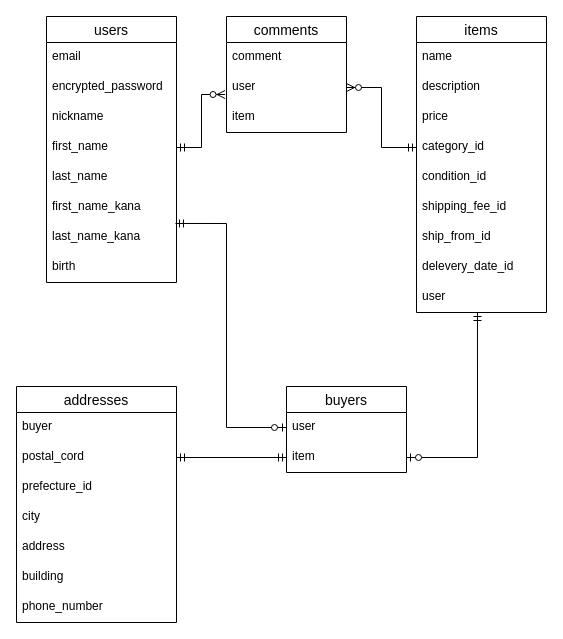
Above: er.dio in nzk-tomo/furima-31124 (draw.io), before the change. Source tidied: cells renumbered, new cells numbered last; positions are measured from the earlier drawing's top-left corner, leaving out a move shared by most shapes. Both pictures are drawn from the tidied source at 100%, with x=0, y=0 at pixel (16, 16).
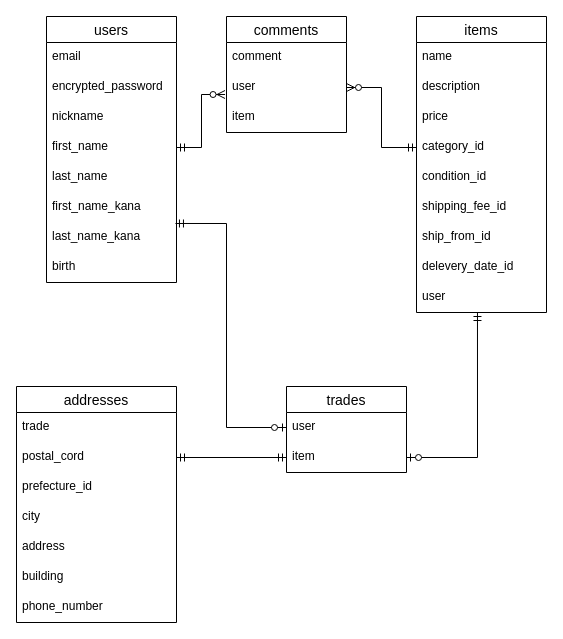
After the change.

The change refers to these unchanged cells:
```xml
<mxCell id="32" value="addresses" style="swimlane;fontStyle=0;horizontal=1;startSize=26;align=center;fontSize=14;" parent="1" vertex="1">
  <mxGeometry y="370" width="160" height="236" as="geometry" />
</mxCell>
```

What changed in the source:
```diff
@@
-    <mxCell id="28" value="buyers" style="swimlane;fontStyle=0;horizontal=1;startSize=26;align=center;fontSize=14;" parent="1" vertex="1">
+    <mxCell id="28" value="trades" style="swimlane;fontStyle=0;horizontal=1;startSize=26;align=center;fontSize=14;" parent="1" vertex="1">
       <mxGeometry x="270" y="370" width="120" height="86" as="geometry" />
     </mxCell>
@@
-    <mxCell id="33" value="buyer" style="text;strokeColor=none;fillColor=none;spacingLeft=4;spacingRight=4;overflow=hidden;fontSize=12;" parent="32" vertex="1">
+    <mxCell id="33" value="trade" style="text;strokeColor=none;fillColor=none;spacingLeft=4;spacingRight=4;overflow=hidden;fontSize=12;" parent="32" vertex="1">
       <mxGeometry y="26" width="160" height="30" as="geometry" />
     </mxCell>
```
